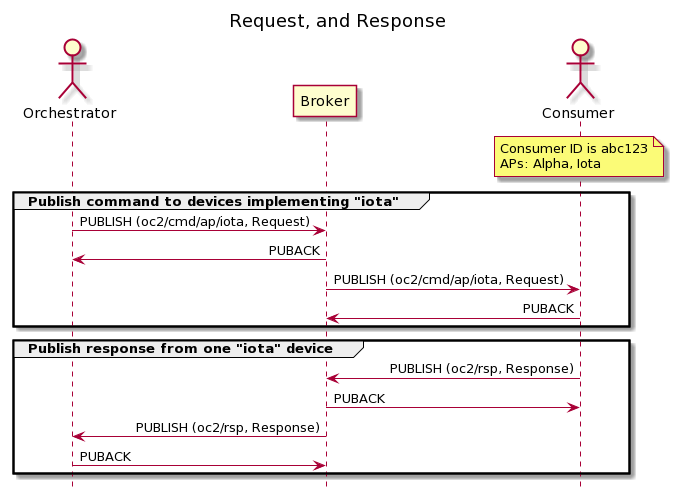
The PlantUML diagram images/req_rsp.png in oasis-tcs/openc2-transf-mqtt, before a commit.
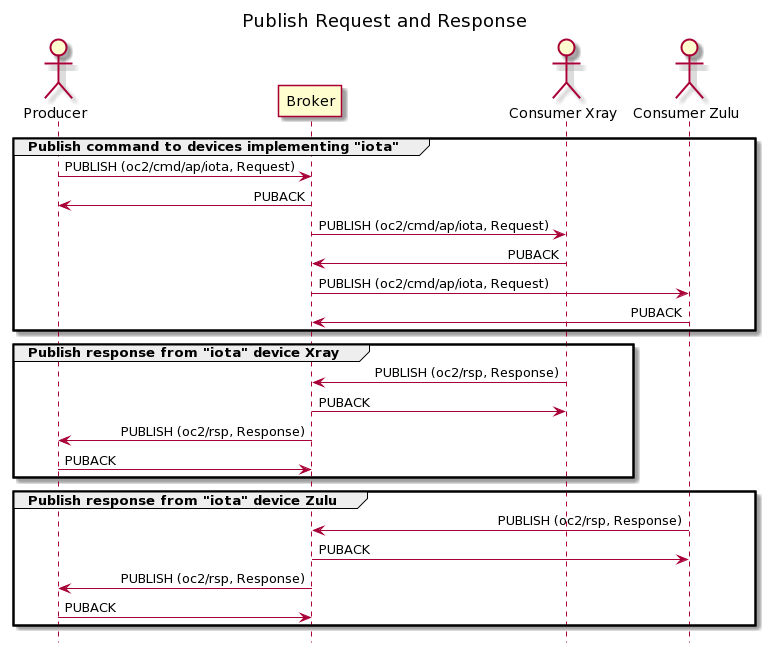
The same file after the commit.

Diff of the diagram source:
```diff
@@ -2,25 +2,32 @@
 
 hide footbox
 skinparam sequenceMessageAlign direction
-Title Request, and Response
-actor Orchestrator as O
+Title Publish Request and Response
+actor Producer as P
 participant Broker as B
-actor Consumer as C
-
-note over C: Consumer ID is abc123\nAPs: Alpha, Iota
+actor "Consumer Xray" as X
+actor "Consumer Zulu" as Z
 
 
 
 group Publish command to devices implementing "iota"
-O -> B : PUBLISH (oc2/cmd/ap/iota, Request)
-B -> O : PUBACK
-B -> C : PUBLISH (oc2/cmd/ap/iota, Request)
-C -> B: PUBACK
+P -> B : PUBLISH (oc2/cmd/ap/iota, Request)
+B -> P : PUBACK
+B -> X : PUBLISH (oc2/cmd/ap/iota, Request)
+X -> B: PUBACK
+B -> Z : PUBLISH (oc2/cmd/ap/iota, Request)
+Z -> B: PUBACK
 end
-group Publish response from one "iota" device
-C -> B : PUBLISH (oc2/rsp, Response)
-B -> C : PUBACK
-B -> O : PUBLISH (oc2/rsp, Response)
-O -> B : PUBACK
+group Publish response from "iota" device Xray
+X -> B : PUBLISH (oc2/rsp, Response)
+B -> X : PUBACK
+B -> P : PUBLISH (oc2/rsp, Response)
+P -> B : PUBACK
+end
+group Publish response from "iota" device Zulu
+Z -> B : PUBLISH (oc2/rsp, Response)
+B -> Z : PUBACK
+B -> P : PUBLISH (oc2/rsp, Response)
+P -> B : PUBACK
 end
 @enduml
```
